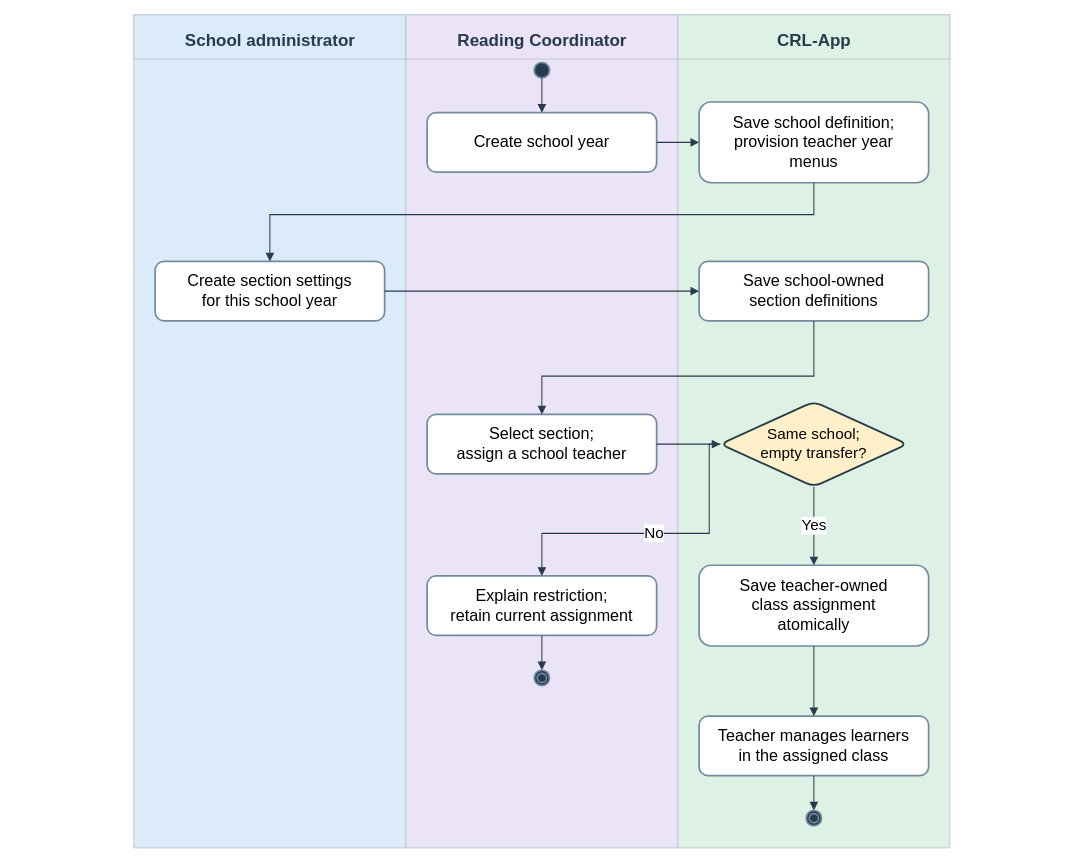
Above: docs/diagrams/class-workspaces/figure-15-class-management.drawio in AkuSayangKamuJudaSayang/crl-app (draw.io), before the change. Source tidied: cells renumbered, new cells numbered last; positions are measured from the earlier drawing's top-left corner, leaving out a move shared by most shapes. Both pictures are drawn from the tidied source at 85%, with x=0, y=0 at pixel (14, 14).
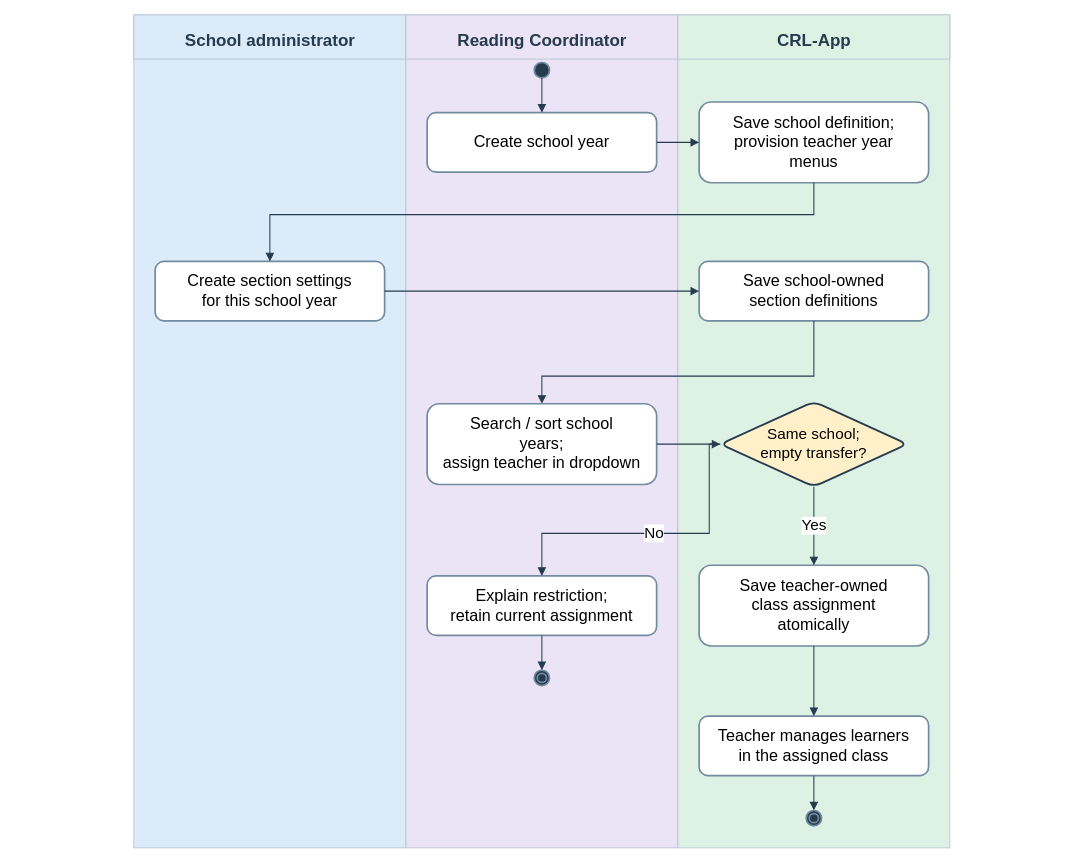
After the change.

The edit, as a diff of the source:
```diff
@@
-    <mxCell id="16" value="Select section;&lt;br&gt;assign a school teacher" style="rounded=1;whiteSpace=wrap;html=1;fontFamily=Arial;fillColor=#ffffff;strokeColor=#728ba0;strokeWidth=2;fontSize=19;" parent="1" vertex="1">
-      <mxGeometry x="485" y="470" width="270" height="70" as="geometry" />
+    <mxCell id="16" value="Search / sort school&lt;br&gt;years;&lt;br&gt;assign teacher in dropdown" style="rounded=1;whiteSpace=wrap;html=1;fontFamily=Arial;fillColor=#ffffff;strokeColor=#728ba0;strokeWidth=2;fontSize=19;" parent="1" vertex="1">
+      <mxGeometry x="485" y="457.5" width="270" height="95" as="geometry" />
     </mxCell>
```
